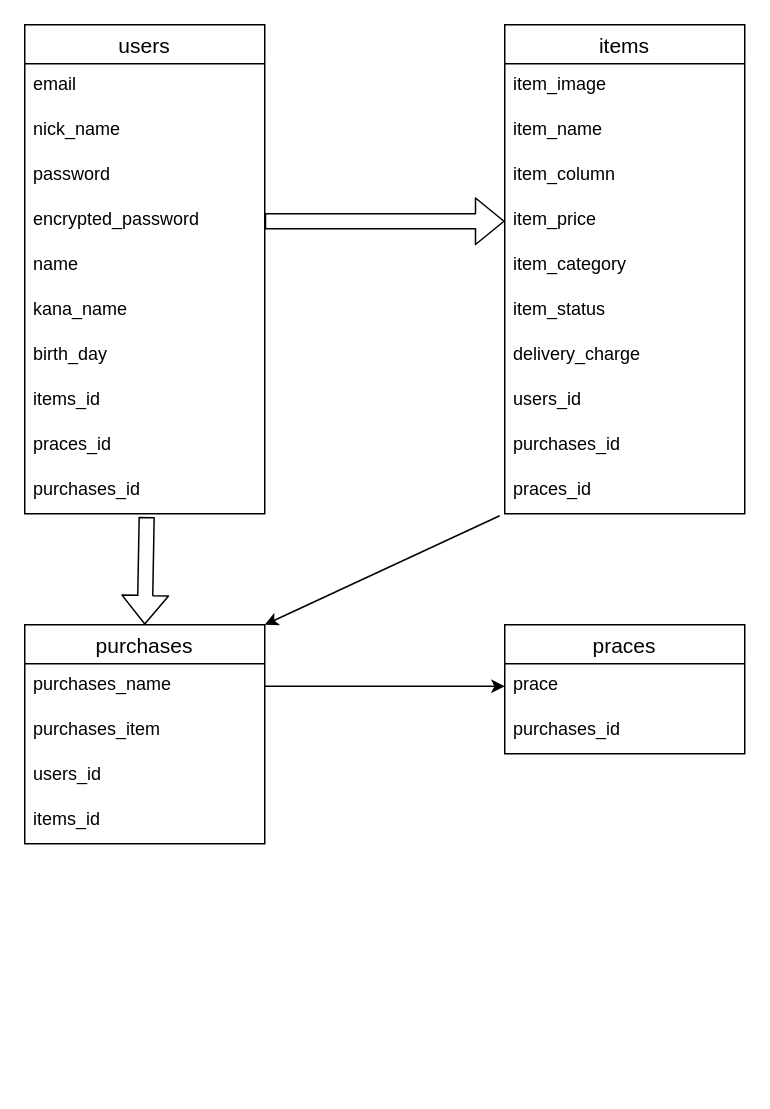
Above: teable.dio in 03040610/furima-39016 (draw.io), before the change. Source tidied: cells renumbered, new cells numbered last; positions are measured from the earlier drawing's top-left corner, leaving out a move shared by most shapes. Both pictures are drawn from the tidied source at 150%, with x=0, y=0 at pixel (24, 24).
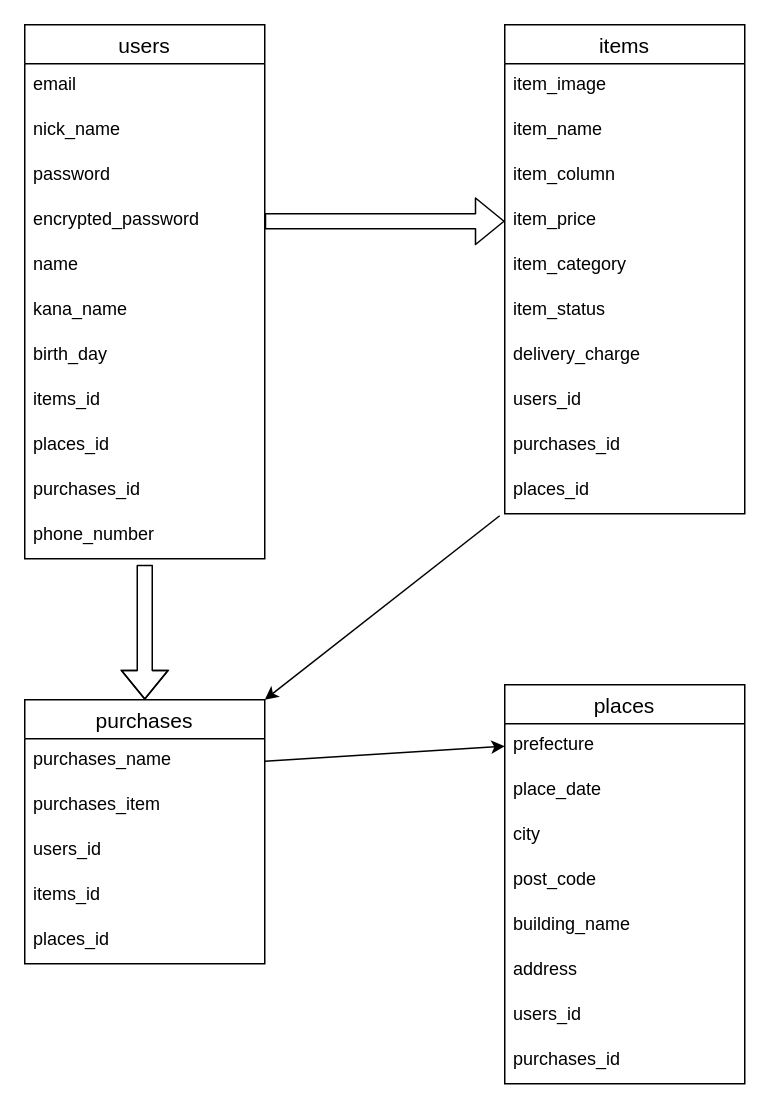
After the change.

The change refers to these unchanged cells:
```xml
<mxCell id="12" value="purchases_id" style="text;strokeColor=none;fillColor=none;spacingLeft=4;spacingRight=4;overflow=hidden;points=[[0,0.5],[1,0.5]];portConstraint=eastwest;fontSize=12;" parent="2" vertex="1">
  <mxGeometry y="296" width="160" height="30" as="geometry" />
</mxCell>
<mxCell id="13" value="items" style="swimlane;fontStyle=0;horizontal=1;startSize=26;align=center;fontSize=14;" parent="1" vertex="1">
  <mxGeometry x="320" width="160" height="326" as="geometry" />
</mxCell>
```

Diff of the diagram source:
```diff
@@
     <mxCell id="2" value="users" style="swimlane;fontStyle=0;horizontal=1;startSize=26;align=center;fontSize=14;" parent="1" vertex="1">
-      <mxGeometry width="160" height="326" as="geometry" />
+      <mxGeometry width="160" height="356" as="geometry" />
     </mxCell>
@@
-    <mxCell id="11" value="praces_id" style="text;strokeColor=none;fillColor=none;spacingLeft=4;spacingRight=4;overflow=hidden;fontSize=12;" parent="2" vertex="1">
+    <mxCell id="11" value="places_id" style="text;strokeColor=none;fillColor=none;spacingLeft=4;spacingRight=4;overflow=hidden;fontSize=12;" parent="2" vertex="1">
       <mxGeometry y="266" width="160" height="30" as="geometry" />
     </mxCell>
@@
+    <mxCell id="36" value="phone_number" style="text;strokeColor=none;fillColor=none;spacingLeft=4;spacingRight=4;overflow=hidden;fontSize=12;" parent="2" vertex="1">
+      <mxGeometry y="326" width="160" height="30" as="geometry" />
+    </mxCell>
@@
-    <mxCell id="23" value="praces_id" style="text;strokeColor=none;fillColor=none;spacingLeft=4;spacingRight=4;overflow=hidden;points=[[0,0.5],[1,0.5]];portConstraint=eastwest;fontSize=12;" parent="13" vertex="1">
+    <mxCell id="23" value="places_id" style="text;strokeColor=none;fillColor=none;spacingLeft=4;spacingRight=4;overflow=hidden;points=[[0,0.5],[1,0.5]];portConstraint=eastwest;fontSize=12;" parent="13" vertex="1">
       <mxGeometry y="296" width="160" height="30" as="geometry" />
     </mxCell>
-    <mxCell id="24" value="praces" style="swimlane;fontStyle=0;horizontal=1;startSize=26;align=center;fontSize=14;" parent="1" vertex="1">
-      <mxGeometry x="320" y="400" width="160" height="86" as="geometry" />
+    <mxCell id="24" value="places" style="swimlane;fontStyle=0;horizontal=1;startSize=26;align=center;fontSize=14;" parent="1" vertex="1">
+      <mxGeometry x="320" y="440" width="160" height="266" as="geometry" />
     </mxCell>
-    <mxCell id="25" value="prace" style="text;strokeColor=none;fillColor=none;spacingLeft=4;spacingRight=4;overflow=hidden;points=[[0,0.5],[1,0.5]];portConstraint=eastwest;fontSize=12;" parent="24" vertex="1">
+    <mxCell id="25" value="prefecture" style="text;strokeColor=none;fillColor=none;spacingLeft=4;spacingRight=4;overflow=hidden;points=[[0,0.5],[1,0.5]];portConstraint=eastwest;fontSize=12;" parent="24" vertex="1">
       <mxGeometry y="26" width="160" height="30" as="geometry" />
     </mxCell>
+    <mxCell id="37" value="place_date" style="text;strokeColor=none;fillColor=none;spacingLeft=4;spacingRight=4;overflow=hidden;fontSize=12;" parent="24" vertex="1">
+      <mxGeometry y="56" width="160" height="30" as="geometry" />
+    </mxCell>
+    <mxCell id="38" value="city" style="text;strokeColor=none;fillColor=none;spacingLeft=4;spacingRight=4;overflow=hidden;fontSize=12;" parent="24" vertex="1">
+      <mxGeometry y="86" width="160" height="30" as="geometry" />
+    </mxCell>
+    <mxCell id="39" value="post_code" style="text;strokeColor=none;fillColor=none;spacingLeft=4;spacingRight=4;overflow=hidden;fontSize=12;" parent="24" vertex="1">
+      <mxGeometry y="116" width="160" height="30" as="geometry" />
+    </mxCell>
+    <mxCell id="40" value="building_name" style="text;strokeColor=none;fillColor=none;spacingLeft=4;spacingRight=4;overflow=hidden;fontSize=12;" parent="24" vertex="1">
+      <mxGeometry y="146" width="160" height="30" as="geometry" />
+    </mxCell>
+    <mxCell id="41" value="address" style="text;strokeColor=none;fillColor=none;spacingLeft=4;spacingRight=4;overflow=hidden;fontSize=12;" parent="24" vertex="1">
+      <mxGeometry y="176" width="160" height="30" as="geometry" />
+    </mxCell>
+    <mxCell id="42" value="users_id" style="text;strokeColor=none;fillColor=none;spacingLeft=4;spacingRight=4;overflow=hidden;fontSize=12;" parent="24" vertex="1">
+      <mxGeometry y="206" width="160" height="30" as="geometry" />
+    </mxCell>
     <mxCell id="26" value="purchases_id" style="text;strokeColor=none;fillColor=none;spacingLeft=4;spacingRight=4;overflow=hidden;fontSize=12;" parent="24" vertex="1">
-      <mxGeometry y="56" width="160" height="30" as="geometry" />
+      <mxGeometry y="236" width="160" height="30" as="geometry" />
     </mxCell>
     <mxCell id="27" value="purchases" style="swimlane;fontStyle=0;horizontal=1;startSize=26;align=center;fontSize=14;" parent="1" vertex="1">
-      <mxGeometry y="400" width="160" height="146" as="geometry" />
+      <mxGeometry y="450" width="160" height="176" as="geometry" />
     </mxCell>
@@
+    <mxCell id="43" value="places_id" style="text;strokeColor=none;fillColor=none;spacingLeft=4;spacingRight=4;overflow=hidden;fontSize=12;" parent="27" vertex="1">
+      <mxGeometry y="146" width="160" height="30" as="geometry" />
+    </mxCell>
@@
-    <mxCell id="33" style="edgeStyle=none;shape=flexArrow;html=1;exitX=0.508;exitY=1.067;exitDx=0;exitDy=0;entryX=0.5;entryY=0;entryDx=0;entryDy=0;exitPerimeter=0;" parent="1" edge="1" source="12" target="27">
-      <mxGeometry relative="1" as="geometry" />
+    <mxCell id="33" style="edgeStyle=none;shape=flexArrow;html=1;entryX=0.5;entryY=0;entryDx=0;entryDy=0;" parent="1" edge="1" target="27">
+      <mxGeometry relative="1" as="geometry">
+        <mxPoint x="80" y="360" as="sourcePoint" />
+        <Array as="points">
+          <mxPoint x="80" y="400" />
+        </Array>
+      </mxGeometry>
     </mxCell>
```
